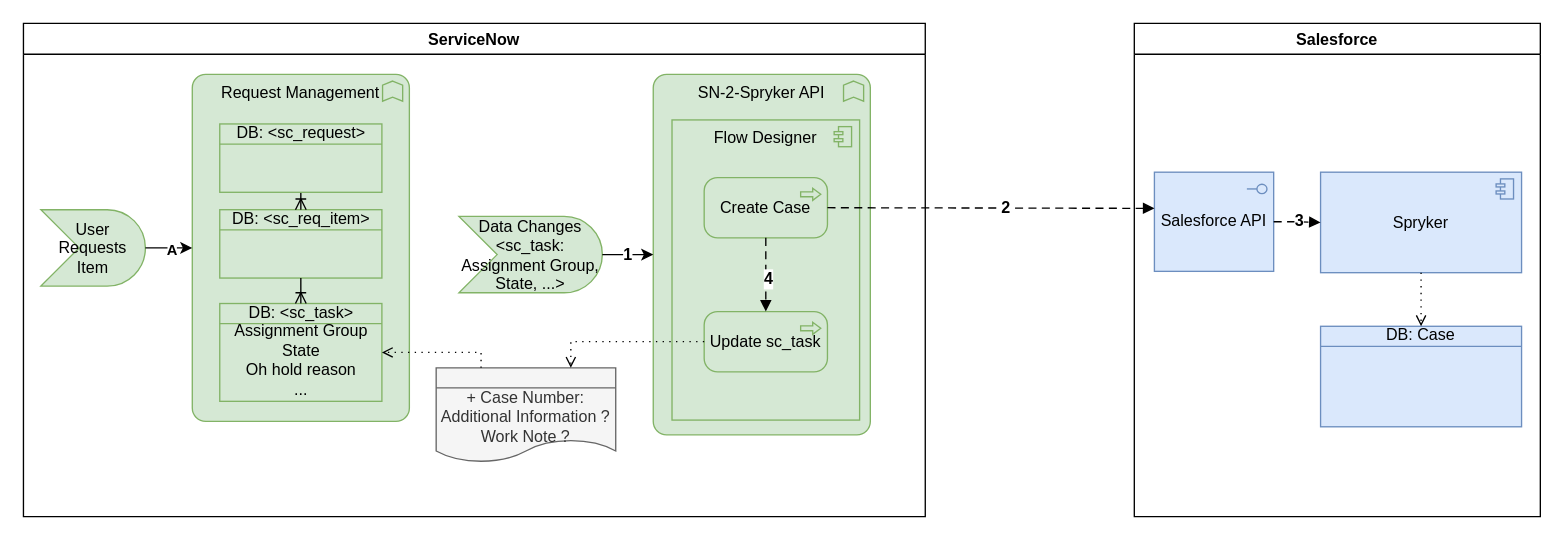
This is page "CreateCase" (1 of 3) of SNowSprykerRequest.drawio from algimas/tmp, a draw.io file, before an edit. Source tidied: cells renumbered, new cells numbered last; positions are measured from the earlier drawing's top-left corner, leaving out a move shared by most shapes. Both pictures are drawn from the tidied source at 134%, with x=0, y=0 at pixel (23, 23).
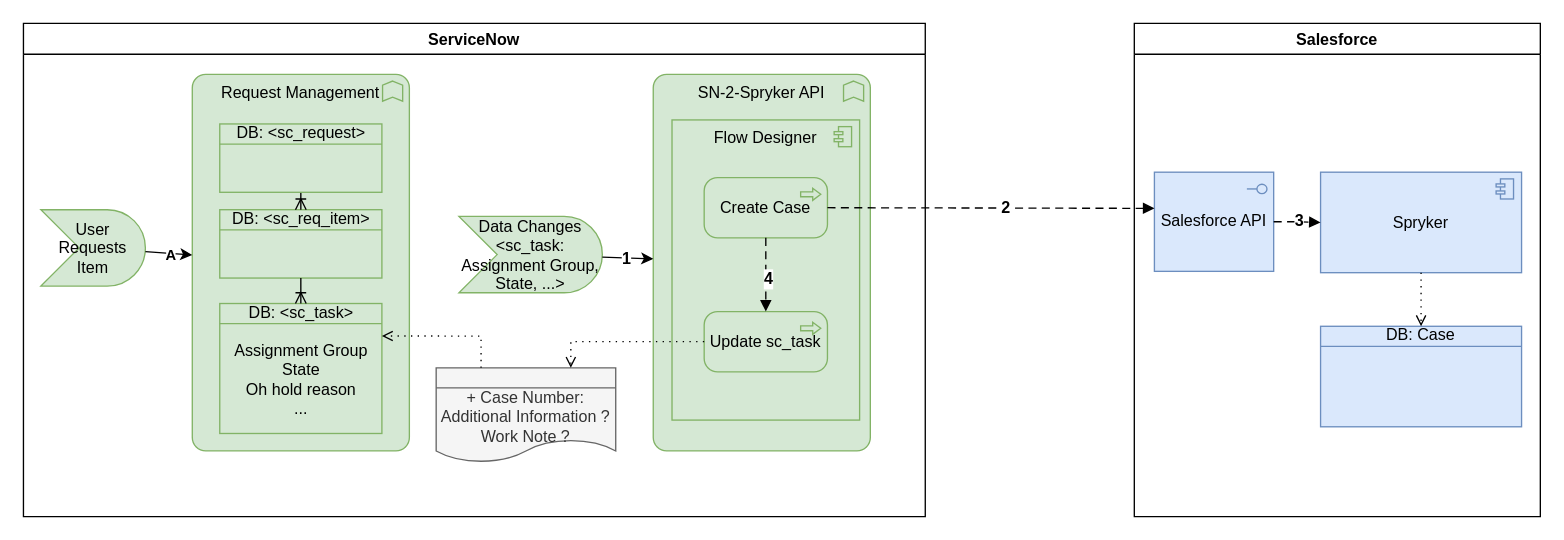
The same diagram, later.

The change refers to these unchanged cells:
```xml
<mxCell id="9" value="ServiceNow" style="swimlane;" parent="1" vertex="1">
  <mxGeometry width="673" height="368" as="geometry" />
</mxCell>
<mxCell id="10" value="&lt;div&gt;+ Case Number:&lt;/div&gt;&lt;div&gt;Additional Information ?&lt;/div&gt;&lt;div&gt;Work Note ?&lt;br&gt; &lt;/div&gt;" style="html=1;outlineConnect=0;whiteSpace=wrap;fillColor=#f5f5f5;shape=mxgraph.archimate3.representation;fontSize=12;align=center;strokeColor=#666666;fontColor=#333333;" parent="9" vertex="1">
  <mxGeometry x="308" y="257" width="134" height="73" as="geometry" />
</mxCell>
```

What changed in the source:
```diff
@@
     <mxCell id="12" value="Request Management" style="html=1;outlineConnect=0;whiteSpace=wrap;fillColor=#d5e8d4;shape=mxgraph.archimate3.application;appType=func;archiType=rounded;strokeColor=#82b366;verticalAlign=top;" parent="9" vertex="1">
-      <mxGeometry x="126" y="38" width="162" height="259" as="geometry" />
+      <mxGeometry x="126" y="38" width="162" height="281" as="geometry" />
     </mxCell>
@@
-    <mxCell id="14" value="&lt;div&gt;DB: &amp;lt;sc_task&amp;gt;&lt;br&gt;&lt;/div&gt;&lt;div&gt;Assignment Group&lt;/div&gt;&lt;div&gt;State&lt;/div&gt;&lt;div&gt;Oh hold reason&lt;/div&gt;&lt;div&gt;...&lt;br&gt;&lt;/div&gt;" style="html=1;outlineConnect=0;whiteSpace=wrap;fillColor=#d5e8d4;shape=mxgraph.archimate3.businessObject;overflow=fill;strokeColor=#82b366;" parent="9" vertex="1">
-      <mxGeometry x="146.5" y="209" width="121" height="73" as="geometry" />
+    <mxCell id="14" value="&lt;div&gt;DB: &amp;lt;sc_task&amp;gt;&lt;br&gt;&lt;/div&gt;&lt;div&gt;&lt;br&gt;&lt;/div&gt;&lt;div&gt;Assignment Group&lt;/div&gt;&lt;div&gt;State&lt;/div&gt;&lt;div&gt;Oh hold reason&lt;/div&gt;&lt;div&gt;...&lt;br&gt;&lt;/div&gt;" style="html=1;outlineConnect=0;whiteSpace=wrap;fillColor=#d5e8d4;shape=mxgraph.archimate3.businessObject;overflow=fill;strokeColor=#82b366;" parent="9" vertex="1">
+      <mxGeometry x="146.5" y="209" width="121" height="97" as="geometry" />
     </mxCell>
@@
     <mxCell id="17" value="SN-2-Spryker API" style="html=1;outlineConnect=0;whiteSpace=wrap;fillColor=#d5e8d4;shape=mxgraph.archimate3.application;appType=func;archiType=rounded;strokeColor=#82b366;verticalAlign=top;" parent="9" vertex="1">
-      <mxGeometry x="470" y="38" width="162" height="269" as="geometry" />
+      <mxGeometry x="470" y="38" width="162" height="281" as="geometry" />
     </mxCell>
@@
-    <mxCell id="28" style="edgeStyle=orthogonalEdgeStyle;html=1;endArrow=open;elbow=vertical;endFill=0;dashed=1;dashPattern=1 4;rounded=0;fillColor=#80b6a1;exitX=0.25;exitY=0;exitDx=0;exitDy=0;exitPerimeter=0;" parent="9" edge="1" source="10" target="14">
+    <mxCell id="28" style="edgeStyle=orthogonalEdgeStyle;html=1;endArrow=open;elbow=vertical;endFill=0;dashed=1;dashPattern=1 4;rounded=0;fillColor=#80b6a1;exitX=0.25;exitY=0;exitDx=0;exitDy=0;exitPerimeter=0;entryX=1;entryY=0.25;entryDx=0;entryDy=0;entryPerimeter=0;" parent="9" edge="1" source="10" target="14">
       <mxGeometry relative="1" as="geometry" />
     </mxCell>
```
